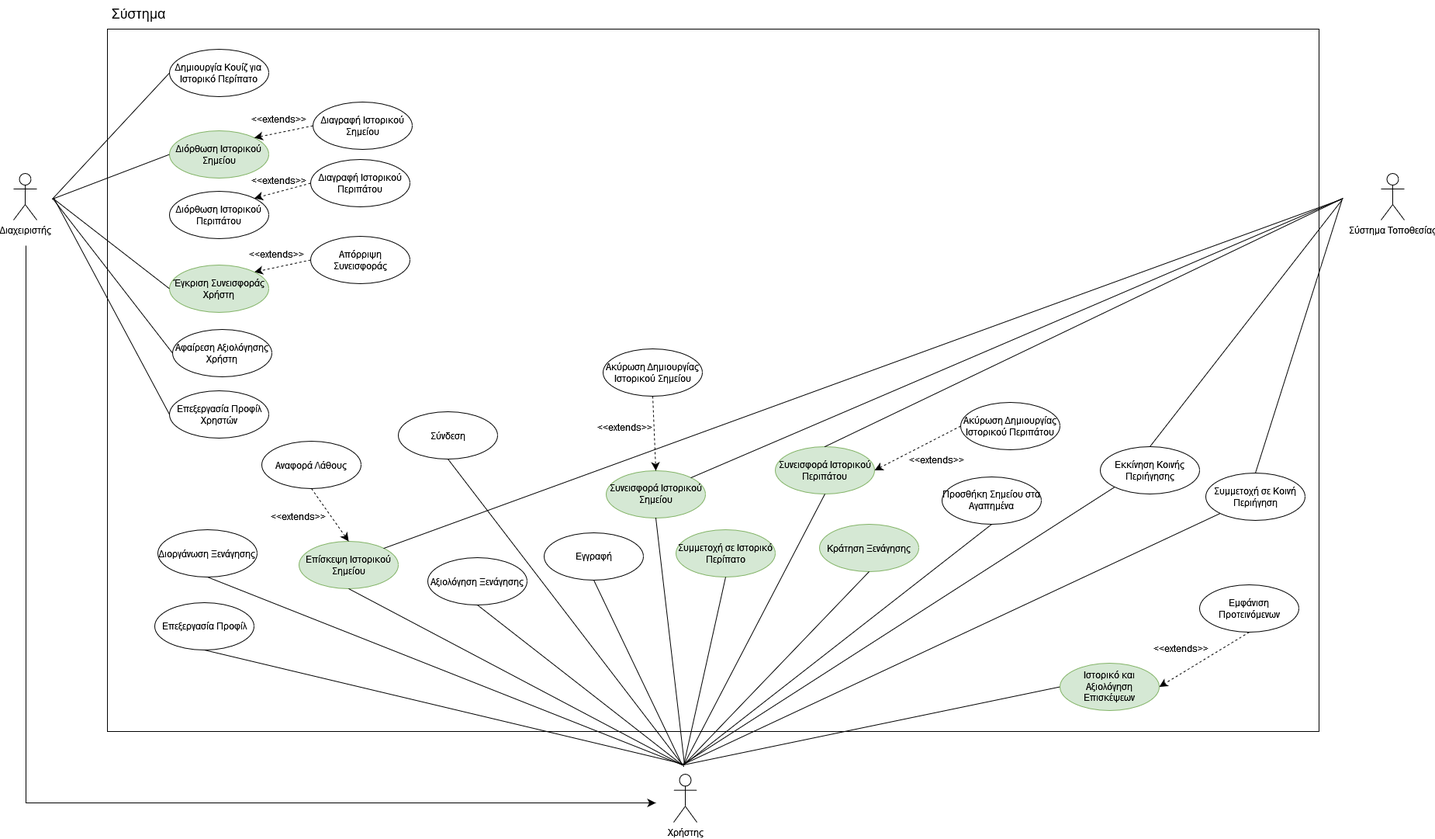
Nektar24/software-engineering keeps this draw.io diagram as NOTES/Use Case Diagram v0.2.png. Above is the earlier version. Source tidied: cells renumbered, new cells last; positions are measured from the earlier drawing's top-left corner, leaving out a move shared by most shapes.
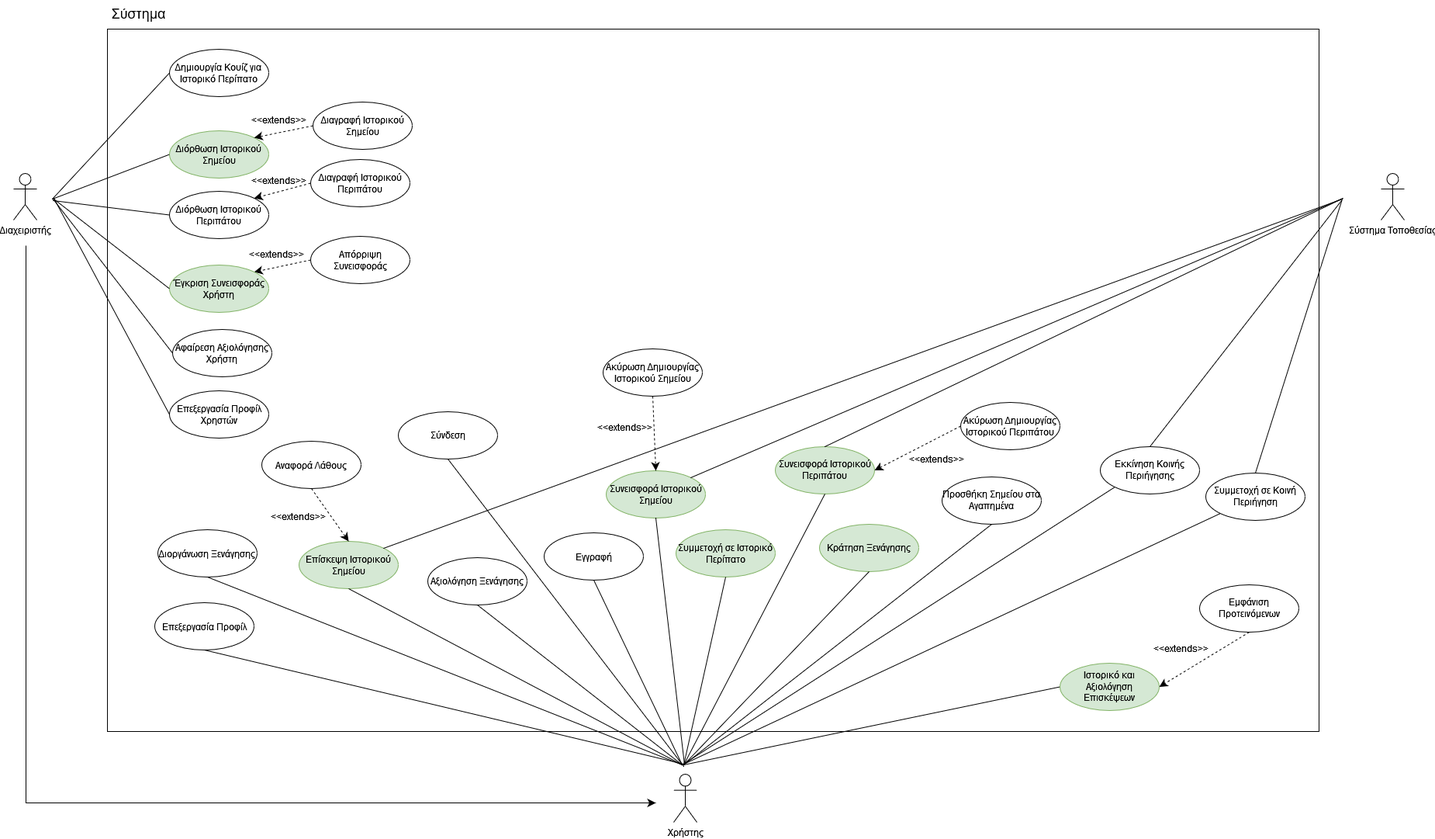
After the change.

Commit message:
use case diagram changes

What changed in the source:
```diff
@@ -269,5 +269,10 @@
     <mxCell id="72" value="&lt;font style=&quot;font-size: 12px;&quot;&gt;&amp;lt;&amp;lt;&lt;font style=&quot;font-size: 12px;&quot;&gt;extends&amp;gt;&amp;gt;&lt;/font&gt;&lt;/font&gt;" style="text;html=1;align=center;verticalAlign=middle;strokeColor=none;fillColor=none;fontSize=16;" parent="1" vertex="1">
       <mxGeometry x="1461" y="819" width="88" height="31" as="geometry" />
     </mxCell>
+    <mxCell id="73" style="endArrow=none;html=1;rounded=0;fontSize=12;startSize=8;endSize=8;curved=1;entryX=0;entryY=0.5;entryDx=0;entryDy=0;" parent="1" edge="1" target="64">
+      <mxGeometry relative="1" as="geometry">
+        <mxPoint x="51" y="258" as="sourcePoint" />
+      </mxGeometry>
+    </mxCell>
   </root>
 </mxGraphModel>
```
